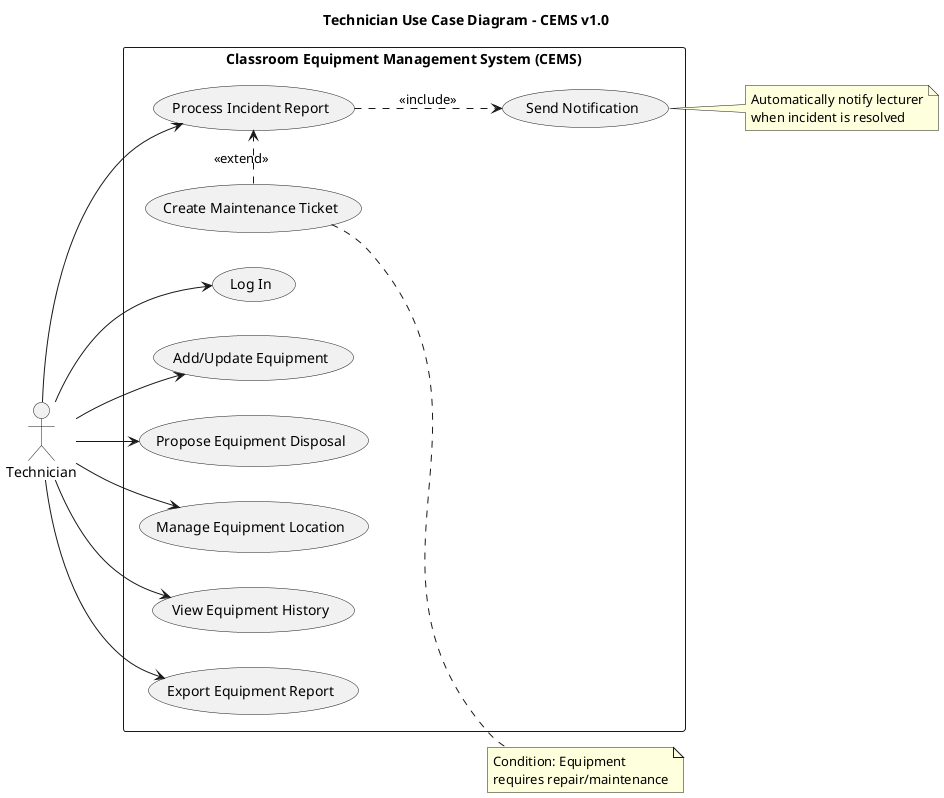
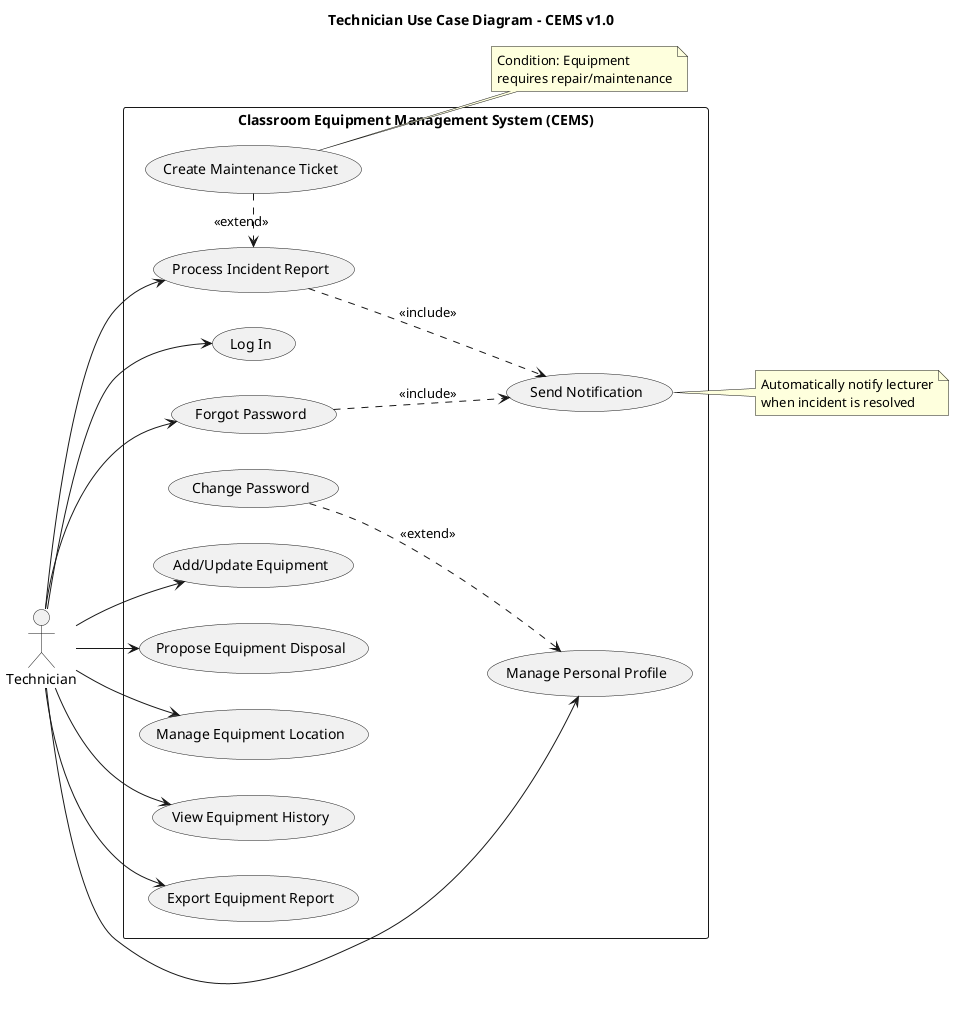
@startuml Technician
title Technician Use Case Diagram - CEMS v1.0

left to right direction
skinparam packageStyle rectangle

actor Technician

rectangle "Classroom Equipment Management System (CEMS)" {
  usecase "Log In" as UC_LogIn
+   usecase "Change Password" as UC_ChangePassword
+   usecase "Forgot Password" as UC_ForgotPassword
+   usecase "Manage Personal Profile" as UC_ManageProfile
  usecase "Add/Update Equipment" as UC_ManageEquipment
  usecase "Propose Equipment Disposal" as UC_ProposeDisposal
  usecase "Manage Equipment Location" as UC_ManageLocation
  usecase "Process Incident Report" as UC_ProcessIncident
  usecase "Create Maintenance Ticket" as UC_CreateTicket
  usecase "View Equipment History" as UC_ViewHistory
  usecase "Export Equipment Report" as UC_ExportReport
  usecase "Send Notification" as UC_SendNotification
}

Technician --> UC_LogIn
+ Technician --> UC_ManageProfile
+ Technician --> UC_ForgotPassword
Technician --> UC_ManageEquipment
Technician --> UC_ProposeDisposal
Technician --> UC_ManageLocation
Technician --> UC_ProcessIncident
Technician --> UC_ViewHistory
Technician --> UC_ExportReport
+ 
+ UC_ChangePassword ..> UC_ManageProfile : <<extend>>

UC_ProcessIncident ..> UC_SendNotification : <<include>>
note right of (UC_SendNotification)
  Automatically notify lecturer
  when incident is resolved
end note

UC_CreateTicket .> UC_ProcessIncident : <<extend>>
note right of (UC_CreateTicket)
  Condition: Equipment
  requires repair/maintenance
end note

+ UC_ForgotPassword ..> UC_SendNotification : <<include>>
+ 
@enduml
